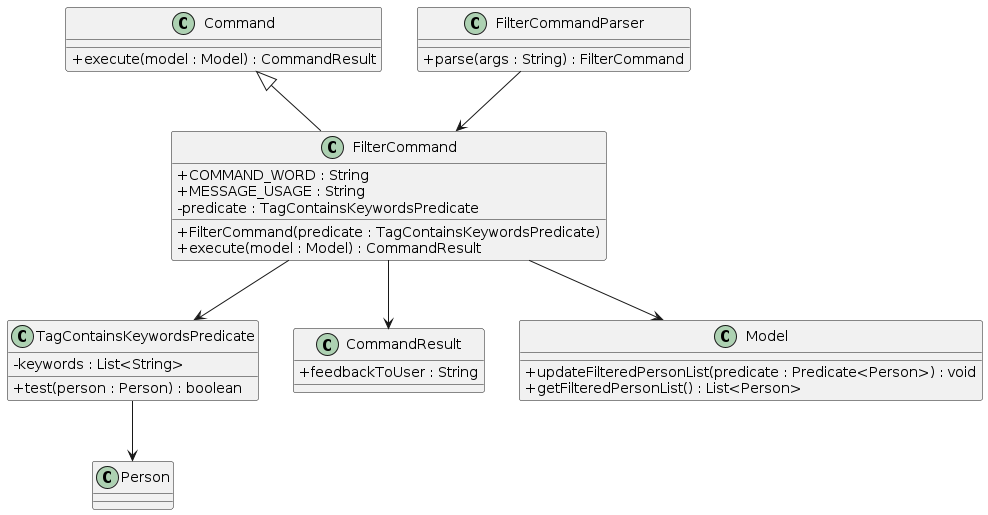
Earlier version of the PlantUML export diagrams/FilterClassDiagram.png (x3zapper/tp). Its source is kept beside it as diagrams/FilterClassDiagram.puml. Its diagram source:
```plantuml
@startuml
skinparam classAttributeIconSize 0

class Command {
  +execute(model : Model) : CommandResult
}

class FilterCommand {
  +COMMAND_WORD : String
  +MESSAGE_USAGE : String
  -predicate : TagContainsKeywordsPredicate
  +FilterCommand(predicate : TagContainsKeywordsPredicate)
  +execute(model : Model) : CommandResult
}

class FilterCommandParser {
  +parse(args : String) : FilterCommand
}

class TagContainsKeywordsPredicate {
  -keywords : List<String>
  +test(person : Person) : boolean
}

class CommandResult {
  +feedbackToUser : String
}

class Model {
  +updateFilteredPersonList(predicate : Predicate<Person>) : void
  +getFilteredPersonList() : List<Person>
}

Command <|-- FilterCommand
FilterCommandParser --> FilterCommand
FilterCommand --> TagContainsKeywordsPredicate
FilterCommand --> CommandResult
FilterCommand --> Model
TagContainsKeywordsPredicate --> Person
@enduml
```
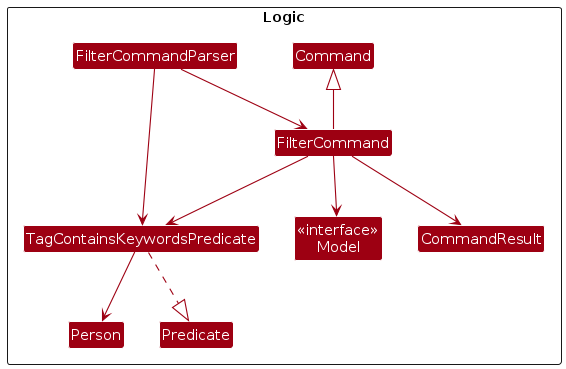
The same diagram one commit later.

Diff of the diagram source:
```diff
@@ -1,40 +1,25 @@
 @startuml
-skinparam classAttributeIconSize 0
+!include style.puml
+skinparam arrowThickness 1.1
+skinparam arrowColor MODEL_COLOR
+skinparam classBackgroundColor MODEL_COLOR
 
-class Command {
-  +execute(model : Model) : CommandResult
-}
+package Logic <<Rectangle>> {
 
-class FilterCommand {
-  +COMMAND_WORD : String
-  +MESSAGE_USAGE : String
-  -predicate : TagContainsKeywordsPredicate
-  +FilterCommand(predicate : TagContainsKeywordsPredicate)
-  +execute(model : Model) : CommandResult
-}
-
-class FilterCommandParser {
-  +parse(args : String) : FilterCommand
-}
-
-class TagContainsKeywordsPredicate {
-  -keywords : List<String>
-  +test(person : Person) : boolean
-}
-
-class CommandResult {
-  +feedbackToUser : String
-}
-
-class Model {
-  +updateFilteredPersonList(predicate : Predicate<Person>) : void
-  +getFilteredPersonList() : List<Person>
-}
+class Command
+class FilterCommand
+class FilterCommandParser
+class TagContainsKeywordsPredicate
+class CommandResult
+class "<<interface>>\nModel" as Model
 
 Command <|-- FilterCommand
 FilterCommandParser --> FilterCommand
+FilterCommandParser --> TagContainsKeywordsPredicate
 FilterCommand --> TagContainsKeywordsPredicate
 FilterCommand --> CommandResult
 FilterCommand --> Model
 TagContainsKeywordsPredicate --> Person
+TagContainsKeywordsPredicate ..|> Predicate
+}
 @enduml
```
